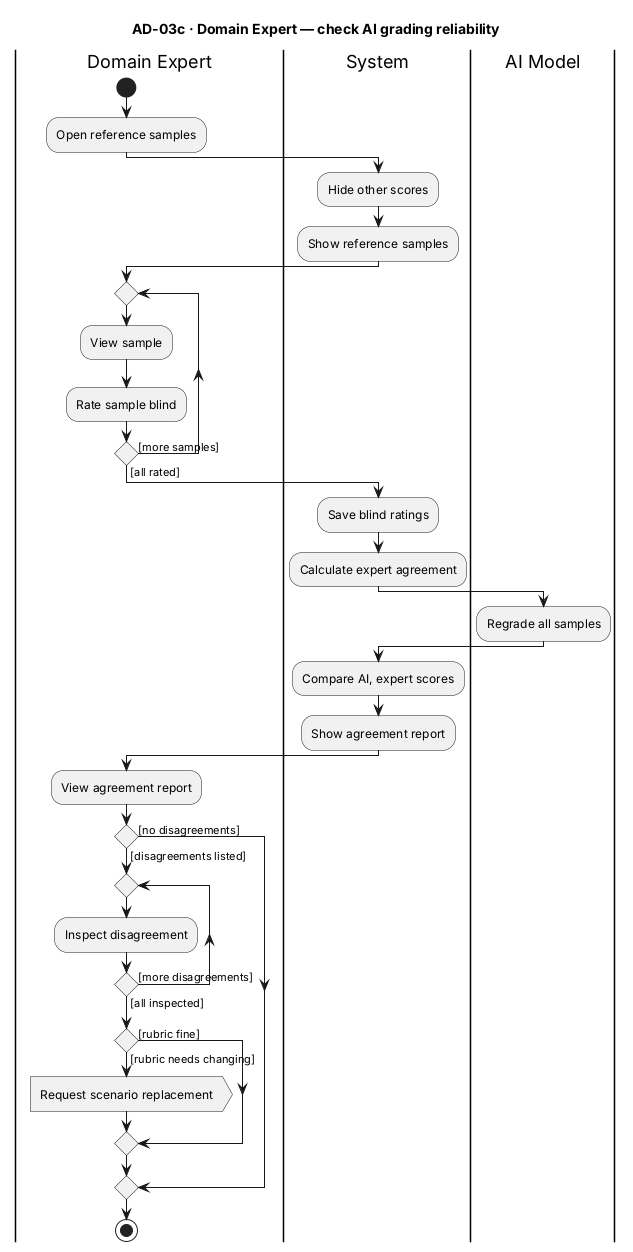
Earlier version of the PlantUML export reports/master/figures/AD-03c_DomainExpert_CheckAssessorReliability.png (The-Golden-Trio/Capstone-Project).
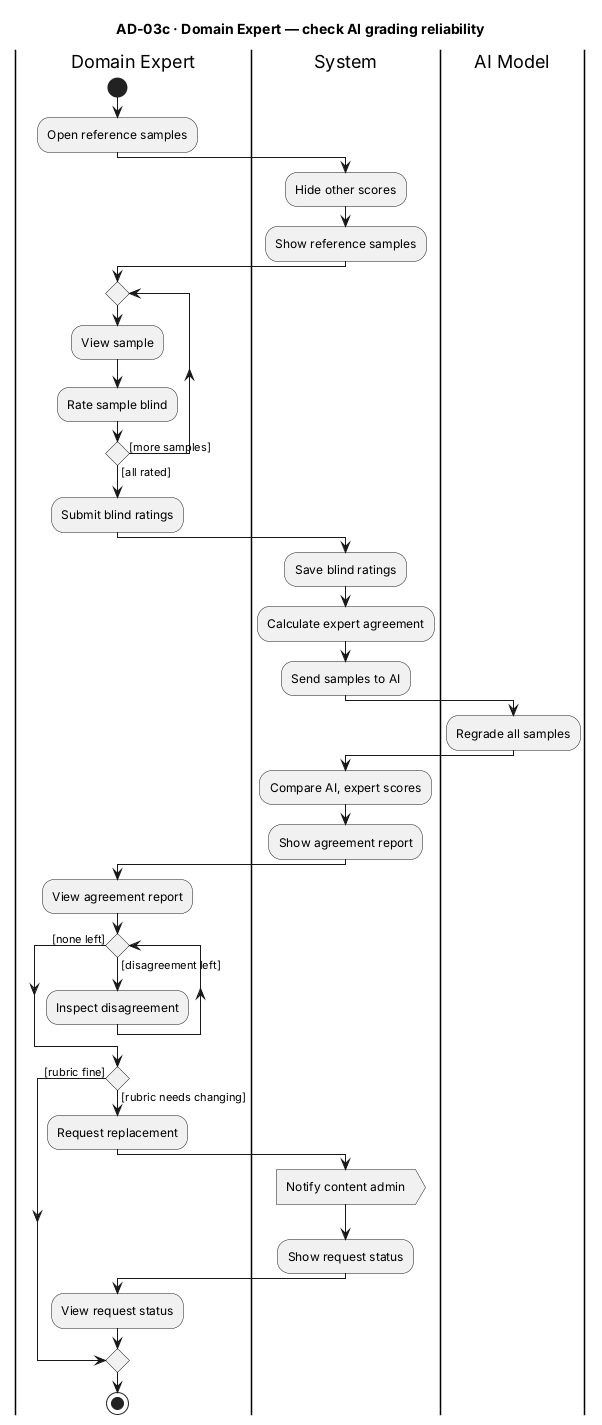
After the change.

Diff of the diagram source:
```diff
@@ -16,9 +16,11 @@
   :View sample;
   :Rate sample blind;
 repeat while () is ([more samples]) not ([all rated])
+:Submit blind ratings;
 |System|
 :Save blind ratings;
 :Calculate expert agreement;
+:Send samples to AI;
 |AI Model|
 :Regrade all samples;
 |System|
@@ -26,15 +28,17 @@
 :Show agreement report;
 |Domain Expert|
 :View agreement report;
-if () then ([disagreements listed])
-  repeat
-    :Inspect disagreement;
-  repeat while () is ([more disagreements]) not ([all inspected])
-  if () then ([rubric needs changing])
-    :Request scenario replacement; <<sendSignal>>
-  else ([rubric fine])
-  endif
-else ([no disagreements])
+while () is ([disagreement left])
+  :Inspect disagreement;
+endwhile ([none left])
+if () then ([rubric needs changing])
+  :Request replacement;
+  |System|
+  :Notify content admin; <<sendSignal>>
+  :Show request status;
+  |Domain Expert|
+  :View request status;
+else ([rubric fine])
 endif
 stop
 @enduml
```
